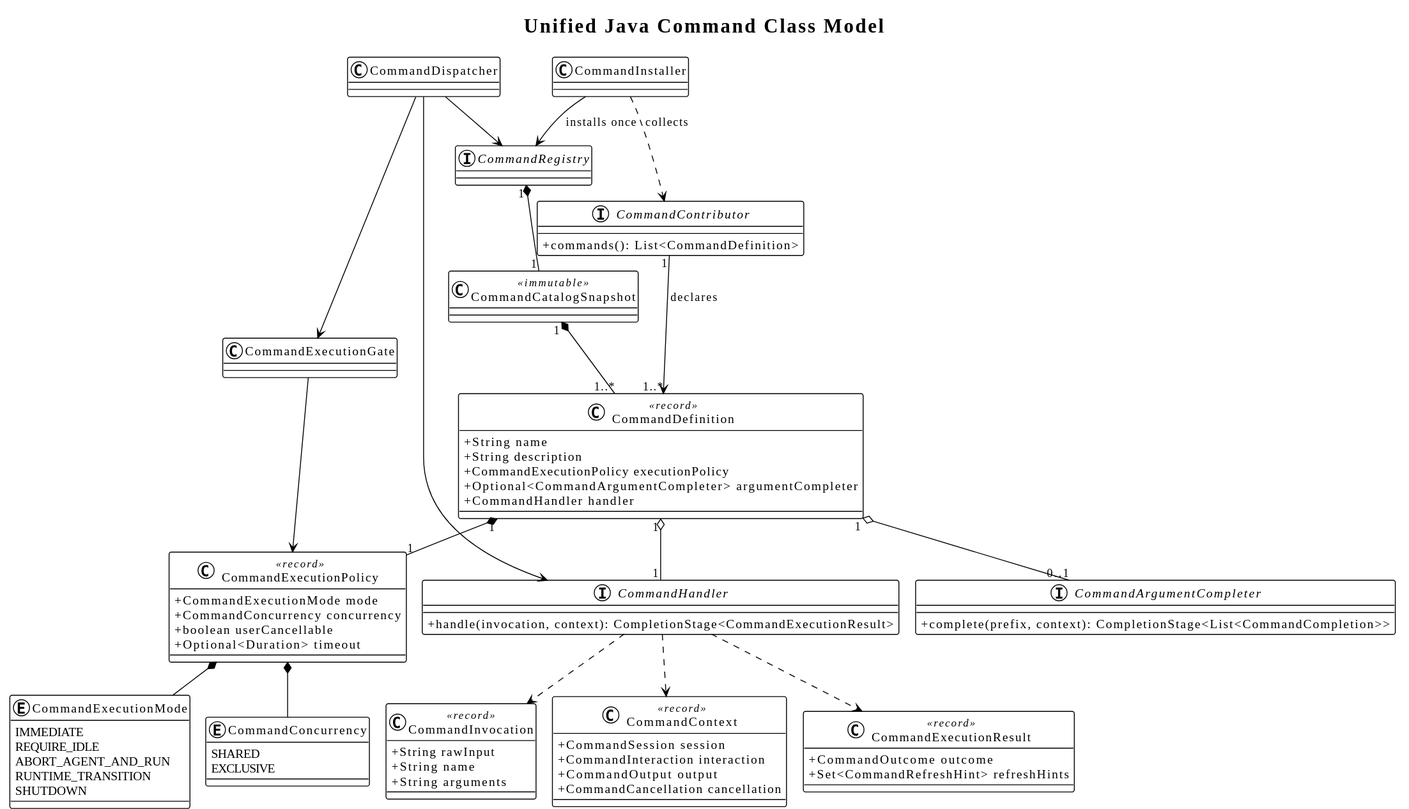
Earlier version of the PlantUML export diagrams/command/04-unified-class-model.svg (superheromeZzh/pi-mono-java-design).
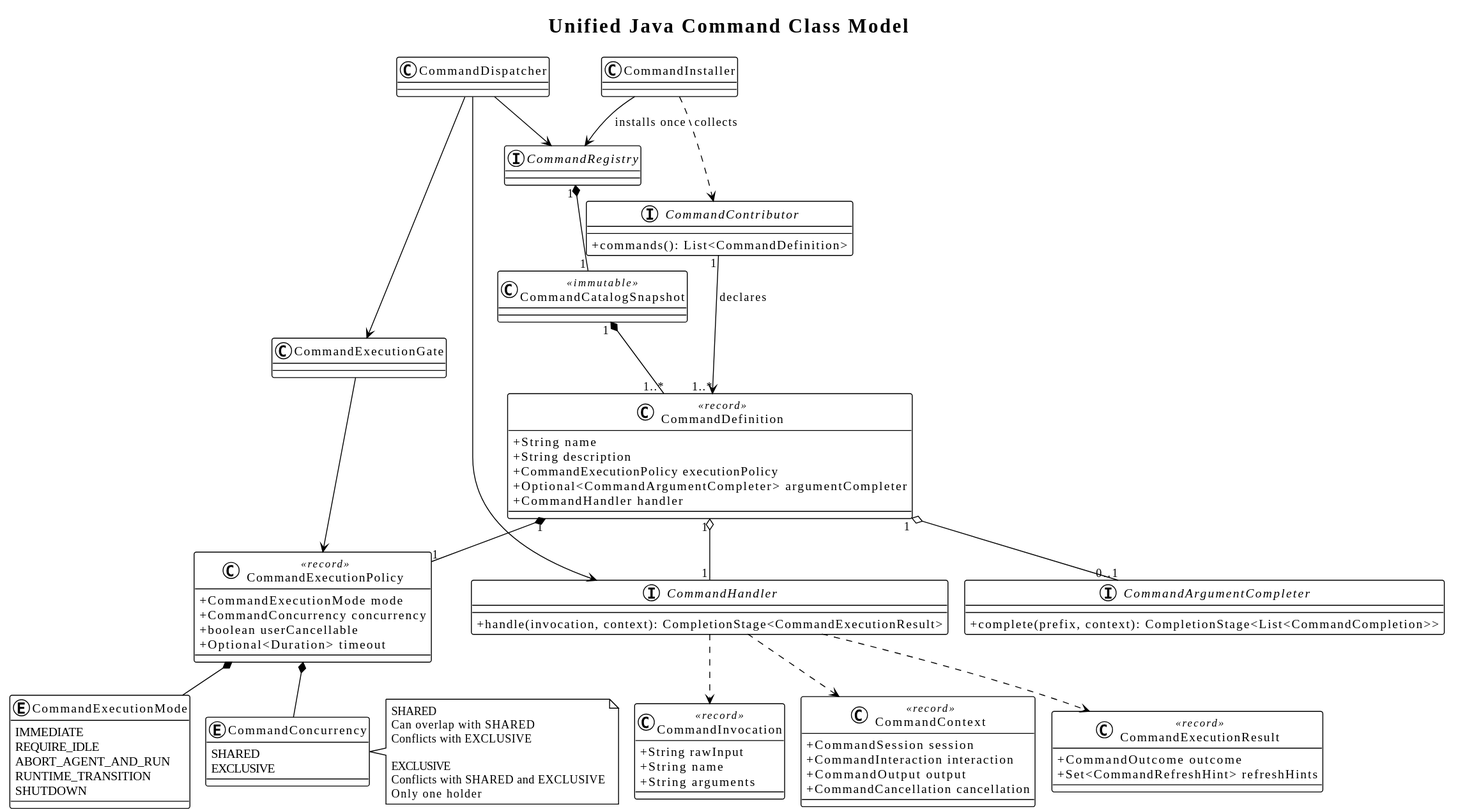
Later version of the same file.

Change to the diagram source:
```diff
@@ -47,6 +47,16 @@
   EXCLUSIVE
 }
 
+note right of CommandConcurrency
+  SHARED
+  Can overlap with SHARED
+  Conflicts with EXCLUSIVE
+
+  EXCLUSIVE
+  Conflicts with SHARED and EXCLUSIVE
+  Only one holder
+end note
+
 class CommandInvocation <<record>> {
   + String rawInput
   + String name
```
